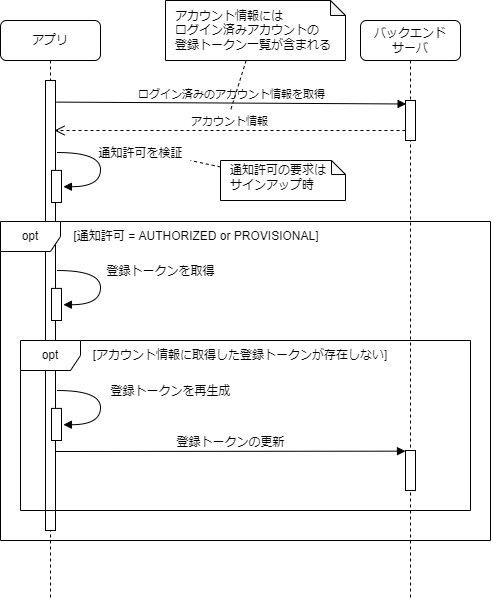
Earlier version of the draw.io export website/docs/react-native/santoku/application-architecture/push-notification/register-token.drawio.png (ws-4020/mobile-app-crib-notes). Source tidied: cells renumbered, new cells last; positions are measured from the earlier drawing's top-left corner, leaving out a move shared by most shapes.
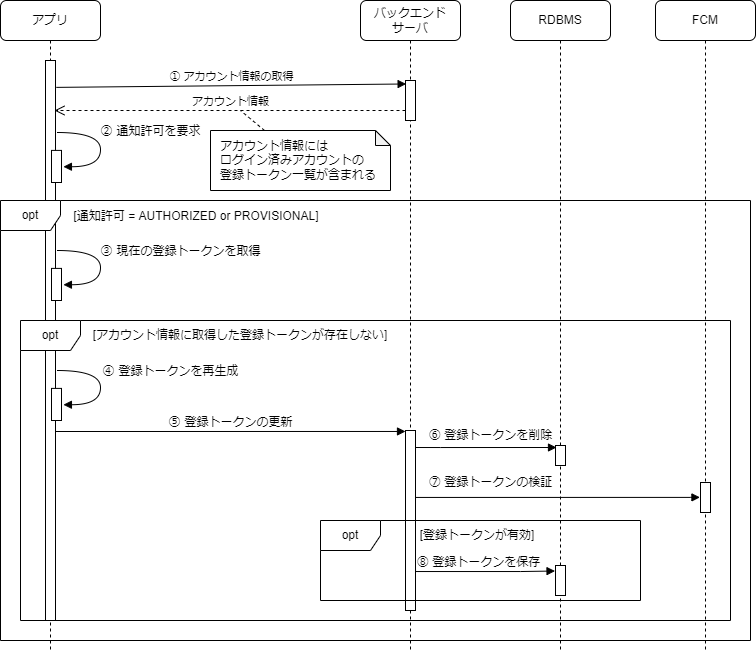
The same file after the commit.

The edit, as a diff of the source:
```diff
@@ -3,16 +3,16 @@
     <mxCell id="0" />
     <mxCell id="1" parent="0" />
     <mxCell id="2" value="アプリ" style="shape=umlLifeline;perimeter=lifelinePerimeter;whiteSpace=wrap;html=1;rounded=1;shadow=0;comic=0;labelBackgroundColor=none;strokeWidth=1;fontFamily=Verdana;fontSize=12;align=center;" parent="1" vertex="1">
-      <mxGeometry y="20" width="100" height="580" as="geometry" />
+      <mxGeometry y="20" width="100" height="650" as="geometry" />
     </mxCell>
     <mxCell id="3" style="html=1;points=[];perimeter=orthogonalPerimeter;rounded=0;shadow=0;comic=0;labelBackgroundColor=none;strokeWidth=1;fontFamily=Verdana;fontSize=12;align=center;" parent="2" vertex="1">
-      <mxGeometry x="45" y="60" width="10" height="450" as="geometry" />
+      <mxGeometry x="45" y="60" width="10" height="560" as="geometry" />
     </mxCell>
     <mxCell id="4" style="html=1;points=[];perimeter=orthogonalPerimeter;rounded=0;shadow=0;comic=0;labelBackgroundColor=none;strokeWidth=1;fontFamily=Verdana;fontSize=12;align=center;" parent="2" vertex="1">
       <mxGeometry x="51" y="149.9" width="10" height="32.1" as="geometry" />
     </mxCell>
-    <mxCell id="5" value="通知許可を検証" style="html=1;verticalAlign=bottom;endArrow=block;labelBackgroundColor=none;fontFamily=Verdana;fontSize=12;elbow=vertical;edgeStyle=orthogonalEdgeStyle;curved=1;exitX=1.038;exitY=0.345;exitPerimeter=0;entryX=1.192;entryY=0.509;entryDx=0;entryDy=0;entryPerimeter=0;" parent="2" edge="1" target="4">
-      <mxGeometry x="-0.07" y="40" relative="1" as="geometry">
+    <mxCell id="5" value="② 通知許可を要求" style="html=1;verticalAlign=bottom;endArrow=block;labelBackgroundColor=none;fontFamily=Verdana;fontSize=12;elbow=vertical;edgeStyle=orthogonalEdgeStyle;curved=1;exitX=1.038;exitY=0.345;exitPerimeter=0;entryX=1.192;entryY=0.509;entryDx=0;entryDy=0;entryPerimeter=0;" parent="2" edge="1" target="4">
+      <mxGeometry x="-0.1" y="50" relative="1" as="geometry">
         <mxPoint x="56.4" y="132" as="sourcePoint" />
         <Array as="points">
           <mxPoint x="100" y="132" />
@@ -20,22 +20,25 @@
         </Array>
       </mxGeometry>
     </mxCell>
+    <mxCell id="7" value="opt" style="shape=umlFrame;whiteSpace=wrap;html=1;" parent="1" vertex="1">
+      <mxGeometry x="20" y="340" width="710" height="300" as="geometry" />
+    </mxCell>
     <mxCell id="6" value="opt" style="shape=umlFrame;whiteSpace=wrap;html=1;" parent="1" vertex="1">
-      <mxGeometry y="221" width="490" height="319" as="geometry" />
+      <mxGeometry y="220" width="750" height="440" as="geometry" />
     </mxCell>
-    <mxCell id="7" value="opt" style="shape=umlFrame;whiteSpace=wrap;html=1;" parent="1" vertex="1">
-      <mxGeometry x="20" y="340" width="450" height="170" as="geometry" />
-    </mxCell>
     <mxCell id="8" value="バックエンド&lt;br&gt;サーバ" style="shape=umlLifeline;perimeter=lifelinePerimeter;whiteSpace=wrap;html=1;rounded=1;shadow=0;comic=0;labelBackgroundColor=none;strokeWidth=1;fontFamily=Verdana;fontSize=12;align=center;" parent="1" vertex="1">
-      <mxGeometry x="360" y="20" width="100" height="580" as="geometry" />
+      <mxGeometry x="360" y="20" width="100" height="650" as="geometry" />
     </mxCell>
     <mxCell id="9" style="html=1;perimeter=orthogonalPerimeter;rounded=0;shadow=0;comic=0;labelBackgroundColor=none;strokeWidth=1;fontFamily=Verdana;fontSize=12;align=center;" parent="8" vertex="1">
-      <mxGeometry x="45" y="430" width="10" height="40" as="geometry" />
+      <mxGeometry x="45" y="430" width="10" height="180" as="geometry" />
     </mxCell>
     <mxCell id="10" style="html=1;points=[];perimeter=orthogonalPerimeter;" parent="8" vertex="1">
       <mxGeometry x="45" y="80" width="10" height="40" as="geometry" />
     </mxCell>
+    <mxCell id="24" value="opt" style="shape=umlFrame;whiteSpace=wrap;html=1;" parent="1" vertex="1">
+      <mxGeometry x="320" y="540" width="320" height="80" as="geometry" />
+    </mxCell>
-    <mxCell id="11" value="登録トークンの更新" style="html=1;verticalAlign=bottom;endArrow=block;entryX=0;entryY=0;labelBackgroundColor=none;fontFamily=Verdana;fontSize=12;edgeStyle=elbowEdgeStyle;elbow=vertical;" parent="1" edge="1">
+    <mxCell id="11" value="⑤ 登録トークンの更新" style="html=1;verticalAlign=bottom;endArrow=block;entryX=0;entryY=0;labelBackgroundColor=none;fontFamily=Verdana;fontSize=12;edgeStyle=elbowEdgeStyle;elbow=vertical;" parent="1" edge="1">
       <mxGeometry relative="1" as="geometry">
         <mxPoint x="55" y="451" as="sourcePoint" />
         <mxPoint x="405" y="451" as="targetPoint" />
@@ -44,7 +47,7 @@
     <mxCell id="12" value="[通知許可 = AUTHORIZED or PROVISIONAL]" style="text;html=1;strokeColor=none;fillColor=none;align=center;verticalAlign=middle;whiteSpace=wrap;rounded=0;" parent="1" vertex="1">
       <mxGeometry x="61" y="221" width="270" height="30" as="geometry" />
     </mxCell>
-    <mxCell id="13" value="ログイン済みのアカウント情報を取得" style="html=1;verticalAlign=bottom;endArrow=block;entryX=0.062;entryY=0.087;rounded=0;exitX=1.076;exitY=0.048;exitDx=0;exitDy=0;exitPerimeter=0;entryDx=0;entryDy=0;entryPerimeter=0;" parent="1" edge="1" source="3" target="10">
+    <mxCell id="13" value="① アカウント情報の取得" style="html=1;verticalAlign=bottom;endArrow=block;entryX=0.062;entryY=0.087;rounded=0;exitX=1.076;exitY=0.048;exitDx=0;exitDy=0;exitPerimeter=0;entryDx=0;entryDy=0;entryPerimeter=0;" parent="1" edge="1" source="3" target="10">
       <mxGeometry relative="1" as="geometry" />
     </mxCell>
     <mxCell id="14" value="アカウント情報" style="html=1;verticalAlign=bottom;endArrow=open;dashed=1;endSize=8;exitX=0;exitY=0.95;rounded=0;entryX=0.9;entryY=0.2;entryDx=0;entryDy=0;entryPerimeter=0;" parent="1" edge="1">
@@ -56,8 +59,8 @@
     <mxCell id="15" style="html=1;points=[];perimeter=orthogonalPerimeter;rounded=0;shadow=0;comic=0;labelBackgroundColor=none;strokeWidth=1;fontFamily=Verdana;fontSize=12;align=center;" parent="1" vertex="1">
       <mxGeometry x="51" y="287.9" width="10" height="32.1" as="geometry" />
     </mxCell>
-    <mxCell id="16" value="登録トークンを取得" style="html=1;verticalAlign=bottom;endArrow=block;labelBackgroundColor=none;fontFamily=Verdana;fontSize=12;elbow=vertical;edgeStyle=orthogonalEdgeStyle;curved=1;exitX=1.038;exitY=0.345;exitPerimeter=0;entryX=1.192;entryY=0.509;entryDx=0;entryDy=0;entryPerimeter=0;" parent="1" edge="1" target="15">
-      <mxGeometry x="-0.07" y="60" relative="1" as="geometry">
+    <mxCell id="16" value="③ 現在の登録トークンを取得" style="html=1;verticalAlign=bottom;endArrow=block;labelBackgroundColor=none;fontFamily=Verdana;fontSize=12;elbow=vertical;edgeStyle=orthogonalEdgeStyle;curved=1;exitX=1.038;exitY=0.345;exitPerimeter=0;entryX=1.192;entryY=0.509;entryDx=0;entryDy=0;entryPerimeter=0;" parent="1" edge="1" target="15">
+      <mxGeometry x="-0.07" y="80" relative="1" as="geometry">
         <mxPoint x="56.4" y="270" as="sourcePoint" />
         <Array as="points">
           <mxPoint x="100" y="270" />
@@ -71,7 +74,7 @@
     <mxCell id="18" style="html=1;points=[];perimeter=orthogonalPerimeter;rounded=0;shadow=0;comic=0;labelBackgroundColor=none;strokeWidth=1;fontFamily=Verdana;fontSize=12;align=center;" parent="1" vertex="1">
       <mxGeometry x="51" y="407.9" width="10" height="32.1" as="geometry" />
     </mxCell>
-    <mxCell id="19" value="登録トークンを再生成" style="html=1;verticalAlign=bottom;endArrow=block;labelBackgroundColor=none;fontFamily=Verdana;fontSize=12;elbow=vertical;edgeStyle=orthogonalEdgeStyle;curved=1;exitX=1.038;exitY=0.345;exitPerimeter=0;entryX=1.192;entryY=0.509;entryDx=0;entryDy=0;entryPerimeter=0;" parent="1" edge="1" target="18">
+    <mxCell id="19" value="④ 登録トークンを再生成" style="html=1;verticalAlign=bottom;endArrow=block;labelBackgroundColor=none;fontFamily=Verdana;fontSize=12;elbow=vertical;edgeStyle=orthogonalEdgeStyle;curved=1;exitX=1.038;exitY=0.345;exitPerimeter=0;entryX=1.192;entryY=0.509;entryDx=0;entryDy=0;entryPerimeter=0;" parent="1" edge="1" target="18">
       <mxGeometry x="-0.07" y="70" relative="1" as="geometry">
         <mxPoint x="56.4" y="390" as="sourcePoint" />
         <Array as="points">
@@ -80,21 +83,58 @@
         </Array>
       </mxGeometry>
     </mxCell>
-    <mxCell id="20" style="edgeStyle=none;rounded=0;jettySize=auto;html=1;dashed=1;endArrow=none;endFill=0;" parent="1" edge="1" source="23">
-      <mxGeometry relative="1" as="geometry">
-        <mxPoint x="190" y="160" as="targetPoint" />
-      </mxGeometry>
-    </mxCell>
     <mxCell id="21" style="rounded=0;jettySize=auto;html=1;fontSize=12;dashed=1;endArrow=none;endFill=0;" parent="1" edge="1" source="22">
       <mxGeometry relative="1" as="geometry">
-        <mxPoint x="230" y="110" as="targetPoint" />
+        <mxPoint x="240" y="130" as="targetPoint" />
       </mxGeometry>
     </mxCell>
     <mxCell id="22" value="アカウント情報には&lt;br style=&quot;font-size: 12px;&quot;&gt;ログイン済みアカウントの&lt;br style=&quot;font-size: 12px;&quot;&gt;登録トークン一覧が含まれる" style="shape=note;whiteSpace=wrap;html=1;backgroundOutline=1;darkOpacity=0.05;fontSize=12;size=15;align=left;spacingTop=0;spacingLeft=8;" parent="1" vertex="1">
-      <mxGeometry x="165" width="180" height="60" as="geometry" />
+      <mxGeometry x="210" y="150" width="180" height="60" as="geometry" />
     </mxCell>
-    <mxCell id="23" value="通知許可の要求は&lt;br&gt;サインアップ時" style="shape=note;whiteSpace=wrap;html=1;size=14;verticalAlign=middle;align=left;spacingTop=-6;rounded=0;shadow=0;comic=0;labelBackgroundColor=none;strokeWidth=1;fontFamily=Verdana;fontSize=12;spacingLeft=8;" parent="1" vertex="1">
-      <mxGeometry x="220" y="160" width="125" height="40" as="geometry" />
-    </mxCell>
+    <mxCell id="25" value="⑦ 登録トークンの検証" style="edgeStyle=orthogonalEdgeStyle;rounded=0;jettySize=auto;html=1;endArrow=block;endFill=1;fontSize=12;entryX=-0.056;entryY=0.495;entryDx=0;entryDy=0;entryPerimeter=0;" parent="1" edge="1" target="30">
+      <mxGeometry x="-0.47" y="15" relative="1" as="geometry">
+        <mxPoint x="415" y="516.9" as="sourcePoint" />
+        <Array as="points">
+          <mxPoint x="690" y="517" />
+        </Array>
+      </mxGeometry>
+    </mxCell>
+    <mxCell id="26" value="[登録トークンが有効]" style="text;html=1;strokeColor=none;fillColor=none;align=center;verticalAlign=middle;whiteSpace=wrap;rounded=0;" parent="1" vertex="1">
+      <mxGeometry x="412" y="540" width="130" height="30" as="geometry" />
+    </mxCell>
+    <mxCell id="27" value="⑧ 登録トークンを保存" style="edgeStyle=orthogonalEdgeStyle;rounded=0;jettySize=auto;html=1;fontSize=12;endArrow=block;endFill=1;entryX=-0.047;entryY=0.184;entryDx=0;entryDy=0;entryPerimeter=0;" parent="1" edge="1" target="32">
+      <mxGeometry x="-0.07" y="9" relative="1" as="geometry">
+        <mxPoint x="415" y="588" as="sourcePoint" />
+        <Array as="points">
+          <mxPoint x="415" y="591" />
+          <mxPoint x="520" y="591" />
+        </Array>
+      </mxGeometry>
+    </mxCell>
+    <mxCell id="28" value="⑥ 登録トークンを削除" style="edgeStyle=orthogonalEdgeStyle;rounded=0;orthogonalLoop=1;jettySize=auto;html=1;fontSize=12;endArrow=block;endFill=1;" parent="1" edge="1">
+      <mxGeometry x="0.06" y="12" relative="1" as="geometry">
+        <mxPoint x="415" y="467" as="sourcePoint" />
+        <mxPoint x="556" y="467" as="targetPoint" />
+        <Array as="points">
+          <mxPoint x="440" y="467" />
+          <mxPoint x="440" y="467" />
+        </Array>
+      </mxGeometry>
+    </mxCell>
+    <mxCell id="29" value="FCM" style="shape=umlLifeline;perimeter=lifelinePerimeter;whiteSpace=wrap;html=1;rounded=1;" parent="1" vertex="1">
+      <mxGeometry x="655" y="20" width="100" height="650" as="geometry" />
+    </mxCell>
+    <mxCell id="30" style="html=1;points=[];perimeter=orthogonalPerimeter;rounded=0;" parent="29" vertex="1">
+      <mxGeometry x="45" y="482" width="10" height="30" as="geometry" />
+    </mxCell>
+    <mxCell id="31" value="RDBMS" style="shape=umlLifeline;perimeter=lifelinePerimeter;whiteSpace=wrap;html=1;rounded=1;" parent="1" vertex="1">
+      <mxGeometry x="510" y="20" width="100" height="650" as="geometry" />
+    </mxCell>
+    <mxCell id="32" style="html=1;points=[];perimeter=orthogonalPerimeter;rounded=0;" parent="31" vertex="1">
+      <mxGeometry x="45" y="565" width="10" height="30" as="geometry" />
+    </mxCell>
+    <mxCell id="33" style="html=1;perimeter=orthogonalPerimeter;rounded=0;fontSize=12;" parent="1" vertex="1">
+      <mxGeometry x="555" y="465" width="10" height="20" as="geometry" />
+    </mxCell>
   </root>
 </mxGraphModel>
```
